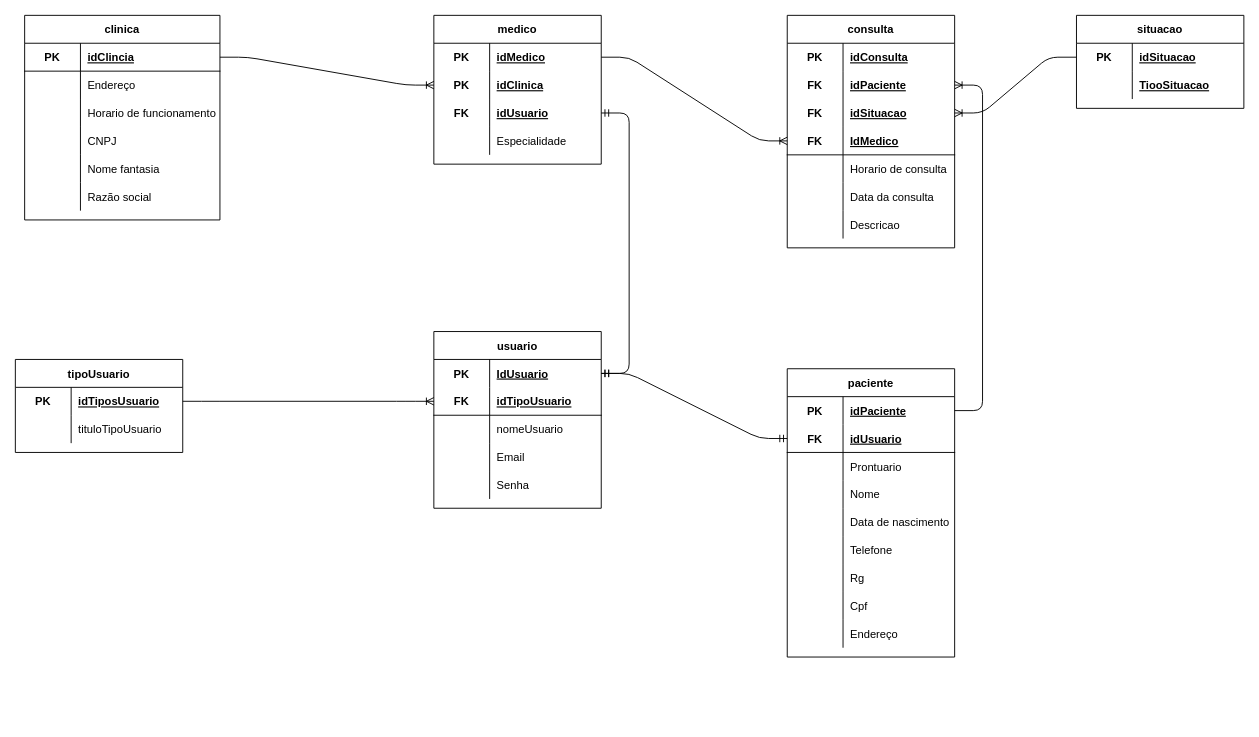
This is page "Page-2" (2 of 2) of conseitual e logico.drawio from derlisgeorges/Projeto-SP-MedGroup, a draw.io file, before an edit. Source tidied: cells renumbered, new cells numbered last; positions are measured from the earlier drawing's top-left corner, leaving out a move shared by most shapes. Both pictures are drawn from the tidied source at 93%, with x=0, y=0 at pixel (15, 15).
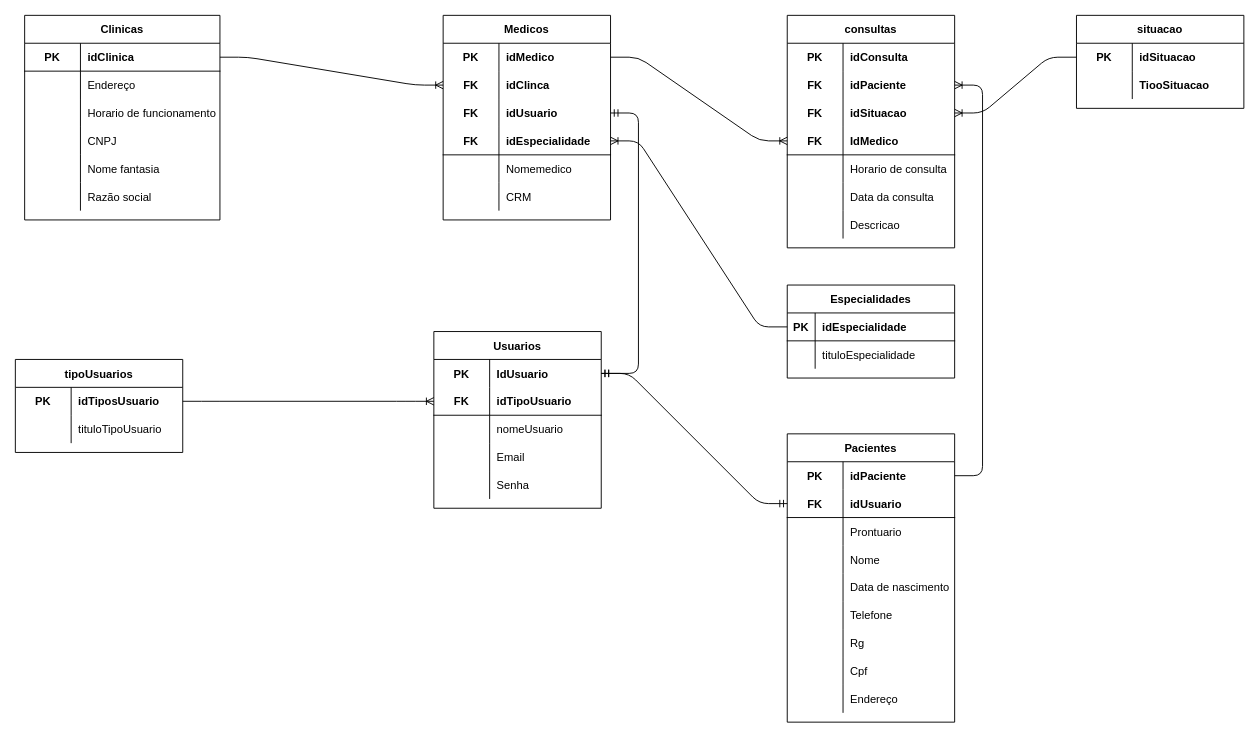
The same diagram, later.

The change refers to these unchanged cells:
```xml
<mxCell id="3" style="shape=partialRectangle;fillColor=none;top=0;left=0;bottom=1;right=0;" parent="2" vertex="1">
  <mxGeometry y="30" width="210" height="30" as="geometry" />
</mxCell>
<mxCell id="35" style="shape=partialRectangle;fillColor=none;top=0;left=0;bottom=0;right=0;" parent="34" vertex="1">
  <mxGeometry y="30" width="180" height="30" as="geometry" />
</mxCell>
<mxCell id="38" style="shape=partialRectangle;fillColor=none;top=0;left=0;bottom=0;right=0;points=[[0,0.5],[1,0.5]];portConstraint=eastwest;" parent="34" vertex="1">
  <mxGeometry y="60" width="180" height="30" as="geometry" />
</mxCell>
<mxCell id="41" style="shape=partialRectangle;fillColor=none;top=0;left=0;bottom=0;right=0;points=[[0,0.5],[1,0.5]];portConstraint=eastwest;" parent="34" vertex="1">
  <mxGeometry y="90" width="180" height="30" as="geometry" />
</mxCell>
<mxCell id="44" style="shape=partialRectangle;fillColor=none;top=0;left=0;bottom=1;right=0;points=[[0,0.5],[1,0.5]];portConstraint=eastwest;" parent="34" vertex="1">
  <mxGeometry y="120" width="180" height="30" as="geometry" />
</mxCell>
<mxCell id="57" style="shape=partialRectangle;fillColor=none;top=0;left=0;bottom=0;right=0;points=[[0,0.5],[1,0.5]];portConstraint=eastwest;" parent="56" vertex="1">
  <mxGeometry y="30" width="180" height="30" as="geometry" />
</mxCell>
<mxCell id="64" style="shape=partialRectangle;fillColor=none;top=0;left=0;bottom=0;right=0;points=[[0,0.5],[1,0.5]];portConstraint=eastwest;" parent="63" vertex="1">
  <mxGeometry y="30" width="180" height="30" as="geometry" />
</mxCell>
<mxCell id="67" style="shape=partialRectangle;fillColor=none;top=0;left=0;bottom=1;right=0;points=[[0,0.5],[1,0.5]];portConstraint=eastwest;" parent="63" vertex="1">
  <mxGeometry y="60" width="180" height="30" as="geometry" />
</mxCell>
<mxCell id="80" style="shape=partialRectangle;fillColor=none;top=0;left=0;bottom=0;right=0;points=[[0,0.5],[1,0.5]];portConstraint=eastwest;" parent="79" vertex="1">
  <mxGeometry y="30" width="180" height="30" as="geometry" />
</mxCell>
<mxCell id="83" style="shape=partialRectangle;fillColor=none;top=0;left=0;bottom=0;right=0;" parent="79" vertex="1">
  <mxGeometry y="60" width="180" height="30" as="geometry" />
</mxCell>
<mxCell id="91" style="shape=partialRectangle;fillColor=none;top=0;left=0;bottom=0;right=0;points=[[0,0.5],[1,0.5]];portConstraint=eastwest;" parent="90" vertex="1">
  <mxGeometry y="30" width="180" height="30" as="geometry" />
</mxCell>
<mxCell id="94" style="shape=partialRectangle;fillColor=none;top=0;left=0;bottom=1;right=0;points=[[0,0.5],[1,0.5]];portConstraint=eastwest;" parent="90" vertex="1">
  <mxGeometry y="60" width="180" height="30" as="geometry" />
</mxCell>
```

Change to the diagram source:
```diff
@@
-    <mxCell id="2" value="clinica" style="shape=table;startSize=30;childLayout=tableLayout;rowLines=0;fontStyle=1;align=center;" parent="1" vertex="1">
+    <mxCell id="2" value="Clinicas" style="shape=table;startSize=30;childLayout=tableLayout;rowLines=0;fontStyle=1;align=center;" parent="1" vertex="1">
       <mxGeometry x="10" width="210" height="220" as="geometry" />
     </mxCell>
@@
-    <mxCell id="5" value="idClincia" style="shape=partialRectangle;fillColor=none;top=0;left=0;bottom=0;right=0;align=left;spacingLeft=6;fontStyle=5;overflow=hidden;" parent="3" vertex="1">
+    <mxCell id="5" value="idClinica" style="shape=partialRectangle;fillColor=none;top=0;left=0;bottom=0;right=0;align=left;spacingLeft=6;fontStyle=1;overflow=hidden;" parent="3" vertex="1">
       <mxGeometry x="60" width="150" height="30" as="geometry" />
     </mxCell>
@@
-    <mxCell id="21" value="medico" style="shape=table;startSize=30;childLayout=tableLayout;rowLines=0;fontStyle=1;align=center;" parent="1" vertex="1">
-      <mxGeometry x="450" width="180" height="160" as="geometry" />
-    </mxCell>
-    <mxCell id="22" style="shape=partialRectangle;fillColor=none;top=0;left=0;bottom=0;right=0;points=[[0,0.5],[1,0.5]];portConstraint=eastwest;" parent="21" vertex="1">
-      <mxGeometry y="30" width="180" height="30" as="geometry" />
-    </mxCell>
-    <mxCell id="23" value="PK" style="shape=partialRectangle;fillColor=none;top=0;left=0;bottom=0;right=0;fontStyle=1;overflow=hidden;" parent="22" vertex="1">
-      <mxGeometry width="60" height="30" as="geometry" />
-    </mxCell>
-    <mxCell id="24" value="idMedico" style="shape=partialRectangle;fillColor=none;top=0;left=0;bottom=0;right=0;align=left;spacingLeft=6;fontStyle=5;overflow=hidden;" parent="22" vertex="1">
-      <mxGeometry x="60" width="120" height="30" as="geometry" />
-    </mxCell>
-    <mxCell id="25" style="shape=partialRectangle;fillColor=none;top=0;left=0;bottom=0;right=0;points=[[0,0.5],[1,0.5]];portConstraint=eastwest;" parent="21" vertex="1">
-      <mxGeometry y="60" width="180" height="30" as="geometry" />
-    </mxCell>
-    <mxCell id="26" value="PK" style="shape=partialRectangle;fillColor=none;top=0;left=0;bottom=0;right=0;fontStyle=1;overflow=hidden;" parent="25" vertex="1">
-      <mxGeometry width="60" height="30" as="geometry" />
-    </mxCell>
-    <mxCell id="27" value="idClinica" style="shape=partialRectangle;fillColor=none;top=0;left=0;bottom=0;right=0;align=left;spacingLeft=6;fontStyle=5;overflow=hidden;" parent="25" vertex="1">
-      <mxGeometry x="60" width="120" height="30" as="geometry" />
-    </mxCell>
-    <mxCell id="28" style="shape=partialRectangle;fillColor=none;top=0;left=0;bottom=0;right=0;points=[[0,0.5],[1,0.5]];portConstraint=eastwest;" parent="21" vertex="1">
-      <mxGeometry y="90" width="180" height="30" as="geometry" />
-    </mxCell>
-    <mxCell id="29" value="FK" style="shape=partialRectangle;fillColor=none;top=0;left=0;bottom=0;right=0;fontStyle=1;overflow=hidden;" parent="28" vertex="1">
-      <mxGeometry width="60" height="30" as="geometry" />
-    </mxCell>
-    <mxCell id="30" value="idUsuario" style="shape=partialRectangle;fillColor=none;top=0;left=0;bottom=0;right=0;align=left;spacingLeft=6;fontStyle=5;overflow=hidden;" parent="28" vertex="1">
-      <mxGeometry x="60" width="120" height="30" as="geometry" />
-    </mxCell>
-    <mxCell id="31" style="shape=partialRectangle;fillColor=none;top=0;left=0;bottom=0;right=0;" parent="21" vertex="1">
-      <mxGeometry y="120" width="180" height="30" as="geometry" />
-    </mxCell>
-    <mxCell id="32" style="shape=partialRectangle;fillColor=none;top=0;left=0;bottom=0;right=0;overflow=hidden;" parent="31" vertex="1">
-      <mxGeometry width="60" height="30" as="geometry" />
-    </mxCell>
-    <mxCell id="33" value="Especialidade " style="shape=partialRectangle;fillColor=none;top=0;left=0;bottom=0;right=0;align=left;spacingLeft=6;overflow=hidden;" parent="31" vertex="1">
-      <mxGeometry x="60" width="120" height="30" as="geometry" />
-    </mxCell>
-    <mxCell id="34" value="consulta" style="shape=table;startSize=30;childLayout=tableLayout;rowLines=0;fontStyle=1;align=center;" parent="1" vertex="1">
+    <mxCell id="34" value="consultas" style="shape=table;startSize=30;childLayout=tableLayout;rowLines=0;fontStyle=1;align=center;" parent="1" vertex="1">
       <mxGeometry x="830" width="180" height="250" as="geometry" />
     </mxCell>
@@
-    <mxCell id="37" value="idConsulta" style="shape=partialRectangle;fillColor=none;top=0;left=0;bottom=0;right=0;align=left;spacingLeft=6;fontStyle=5;overflow=hidden;" parent="35" vertex="1">
+    <mxCell id="37" value="idConsulta" style="shape=partialRectangle;fillColor=none;top=0;left=0;bottom=0;right=0;align=left;spacingLeft=6;fontStyle=1;overflow=hidden;" parent="35" vertex="1">
       <mxGeometry x="60" width="120" height="30" as="geometry" />
     </mxCell>
@@
-    <mxCell id="40" value="idPaciente" style="shape=partialRectangle;fillColor=none;top=0;left=0;bottom=0;right=0;align=left;spacingLeft=6;fontStyle=5;overflow=hidden;" parent="38" vertex="1">
+    <mxCell id="40" value="idPaciente" style="shape=partialRectangle;fillColor=none;top=0;left=0;bottom=0;right=0;align=left;spacingLeft=6;fontStyle=1;overflow=hidden;" parent="38" vertex="1">
       <mxGeometry x="60" width="120" height="30" as="geometry" />
     </mxCell>
@@
-    <mxCell id="43" value="idSituacao" style="shape=partialRectangle;fillColor=none;top=0;left=0;bottom=0;right=0;align=left;spacingLeft=6;fontStyle=5;overflow=hidden;" parent="41" vertex="1">
+    <mxCell id="43" value="idSituacao" style="shape=partialRectangle;fillColor=none;top=0;left=0;bottom=0;right=0;align=left;spacingLeft=6;fontStyle=1;overflow=hidden;" parent="41" vertex="1">
       <mxGeometry x="60" width="120" height="30" as="geometry" />
     </mxCell>
@@
-    <mxCell id="46" value="IdMedico" style="shape=partialRectangle;fillColor=none;top=0;left=0;bottom=0;right=0;align=left;spacingLeft=6;fontStyle=5;overflow=hidden;" parent="44" vertex="1">
+    <mxCell id="46" value="IdMedico" style="shape=partialRectangle;fillColor=none;top=0;left=0;bottom=0;right=0;align=left;spacingLeft=6;fontStyle=1;overflow=hidden;" parent="44" vertex="1">
       <mxGeometry x="60" width="120" height="30" as="geometry" />
     </mxCell>
@@
-    <mxCell id="56" value="tipoUsuario" style="shape=table;startSize=30;childLayout=tableLayout;rowLines=0;fontStyle=1;align=center;" parent="1" vertex="1">
+    <mxCell id="56" value="tipoUsuarios" style="shape=table;startSize=30;childLayout=tableLayout;rowLines=0;fontStyle=1;align=center;" parent="1" vertex="1">
       <mxGeometry y="370" width="180" height="100" as="geometry" />
     </mxCell>
@@
-    <mxCell id="59" value="idTiposUsuario" style="shape=partialRectangle;fillColor=none;top=0;left=0;bottom=0;right=0;align=left;spacingLeft=6;fontStyle=5;overflow=hidden;" parent="57" vertex="1">
+    <mxCell id="59" value="idTiposUsuario" style="shape=partialRectangle;fillColor=none;top=0;left=0;bottom=0;right=0;align=left;spacingLeft=6;fontStyle=1;overflow=hidden;" parent="57" vertex="1">
       <mxGeometry x="60" width="120" height="30" as="geometry" />
     </mxCell>
@@
-    <mxCell id="63" value="usuario" style="shape=table;startSize=30;childLayout=tableLayout;rowLines=0;fontStyle=1;align=center;" parent="1" vertex="1">
+    <mxCell id="63" value="Usuarios" style="shape=table;startSize=30;childLayout=tableLayout;rowLines=0;fontStyle=1;align=center;" parent="1" vertex="1">
       <mxGeometry x="450" y="340" width="180" height="190" as="geometry" />
     </mxCell>
@@
-    <mxCell id="66" value="IdUsuario" style="shape=partialRectangle;fillColor=none;top=0;left=0;bottom=0;right=0;align=left;spacingLeft=6;fontStyle=5;overflow=hidden;" parent="64" vertex="1">
+    <mxCell id="66" value="IdUsuario" style="shape=partialRectangle;fillColor=none;top=0;left=0;bottom=0;right=0;align=left;spacingLeft=6;fontStyle=1;overflow=hidden;" parent="64" vertex="1">
       <mxGeometry x="60" width="120" height="30" as="geometry" />
     </mxCell>
@@
-    <mxCell id="69" value="idTipoUsuario" style="shape=partialRectangle;fillColor=none;top=0;left=0;bottom=0;right=0;align=left;spacingLeft=6;fontStyle=5;overflow=hidden;" parent="67" vertex="1">
+    <mxCell id="69" value="idTipoUsuario" style="shape=partialRectangle;fillColor=none;top=0;left=0;bottom=0;right=0;align=left;spacingLeft=6;fontStyle=1;overflow=hidden;" parent="67" vertex="1">
       <mxGeometry x="60" width="120" height="30" as="geometry" />
     </mxCell>
@@
-    <mxCell id="82" value="idSituacao" style="shape=partialRectangle;fillColor=none;top=0;left=0;bottom=0;right=0;align=left;spacingLeft=6;fontStyle=5;overflow=hidden;" parent="80" vertex="1">
+    <mxCell id="82" value="idSituacao" style="shape=partialRectangle;fillColor=none;top=0;left=0;bottom=0;right=0;align=left;spacingLeft=6;fontStyle=1;overflow=hidden;" parent="80" vertex="1">
       <mxGeometry x="60" width="120" height="30" as="geometry" />
     </mxCell>
@@
-    <mxCell id="85" value="TiooSituacao" style="shape=partialRectangle;fillColor=none;top=0;left=0;bottom=0;right=0;align=left;spacingLeft=6;fontStyle=5;overflow=hidden;" parent="83" vertex="1">
+    <mxCell id="85" value="TiooSituacao" style="shape=partialRectangle;fillColor=none;top=0;left=0;bottom=0;right=0;align=left;spacingLeft=6;fontStyle=1;overflow=hidden;" parent="83" vertex="1">
       <mxGeometry x="60" width="120" height="30" as="geometry" />
     </mxCell>
@@
-    <mxCell id="90" value="paciente" style="shape=table;startSize=30;childLayout=tableLayout;rowLines=0;fontStyle=1;align=center;" parent="1" vertex="1">
-      <mxGeometry x="830" y="380" width="180" height="310" as="geometry" />
+    <mxCell id="90" value="Pacientes" style="shape=table;startSize=30;childLayout=tableLayout;rowLines=0;fontStyle=1;align=center;" parent="1" vertex="1">
+      <mxGeometry x="830" y="450" width="180" height="310" as="geometry" />
     </mxCell>
@@
-    <mxCell id="93" value="idPaciente" style="shape=partialRectangle;fillColor=none;top=0;left=0;bottom=0;right=0;align=left;spacingLeft=6;fontStyle=5;overflow=hidden;" parent="91" vertex="1">
+    <mxCell id="93" value="idPaciente" style="shape=partialRectangle;fillColor=none;top=0;left=0;bottom=0;right=0;align=left;spacingLeft=6;fontStyle=1;overflow=hidden;" parent="91" vertex="1">
       <mxGeometry x="60" width="120" height="30" as="geometry" />
     </mxCell>
@@
-    <mxCell id="96" value="idUsuario" style="shape=partialRectangle;fillColor=none;top=0;left=0;bottom=0;right=0;align=left;spacingLeft=6;fontStyle=5;overflow=hidden;" parent="94" vertex="1">
+    <mxCell id="96" value="idUsuario" style="shape=partialRectangle;fillColor=none;top=0;left=0;bottom=0;right=0;align=left;spacingLeft=6;fontStyle=1;overflow=hidden;" parent="94" vertex="1">
       <mxGeometry x="60" width="120" height="30" as="geometry" />
     </mxCell>
@@
-    <mxCell id="118" style="edgeStyle=entityRelationEdgeStyle;fontSize=12;html=1;endArrow=ERoneToMany;" parent="1" edge="1" target="25">
+    <mxCell id="118" style="edgeStyle=entityRelationEdgeStyle;fontSize=12;html=1;endArrow=ERoneToMany;" parent="1" edge="1" target="131">
       <mxGeometry relative="1" as="geometry">
         <mxPoint x="220" y="45" as="sourcePoint" />
       </mxGeometry>
     </mxCell>
@@
+    <mxCell id="121" value="Especialidades" style="shape=table;startSize=30;childLayout=tableLayout;rowLines=0;fontStyle=1;align=center;" parent="1" vertex="1">
+      <mxGeometry x="830" y="290" width="180" height="100" as="geometry" />
+    </mxCell>
+    <mxCell id="122" style="shape=partialRectangle;fillColor=none;top=0;left=0;bottom=1;right=0;points=[[0,0.5],[1,0.5]];portConstraint=eastwest;" parent="121" vertex="1">
+      <mxGeometry y="30" width="180" height="30" as="geometry" />
+    </mxCell>
+    <mxCell id="123" value="PK" style="shape=partialRectangle;fillColor=none;top=0;left=0;bottom=0;right=0;fontStyle=1;overflow=hidden;" parent="122" vertex="1">
+      <mxGeometry width="30" height="30" as="geometry" />
+    </mxCell>
+    <mxCell id="124" value="idEspecialidade" style="shape=partialRectangle;fillColor=none;top=0;left=0;bottom=0;right=0;align=left;spacingLeft=6;fontStyle=1;overflow=hidden;" parent="122" vertex="1">
+      <mxGeometry x="30" width="150" height="30" as="geometry" />
+    </mxCell>
+    <mxCell id="125" style="shape=partialRectangle;fillColor=none;top=0;left=0;bottom=0;right=0;" parent="121" vertex="1">
+      <mxGeometry y="60" width="180" height="30" as="geometry" />
+    </mxCell>
+    <mxCell id="126" style="shape=partialRectangle;fillColor=none;top=0;left=0;bottom=0;right=0;overflow=hidden;" parent="125" vertex="1">
+      <mxGeometry width="30" height="30" as="geometry" />
+    </mxCell>
+    <mxCell id="127" value="tituloEspecialidade" style="shape=partialRectangle;fillColor=none;top=0;left=0;bottom=0;right=0;align=left;spacingLeft=6;overflow=hidden;" parent="125" vertex="1">
+      <mxGeometry x="30" width="150" height="30" as="geometry" />
+    </mxCell>
+    <mxCell id="128" style="edgeStyle=entityRelationEdgeStyle;fontSize=12;html=1;endArrow=ERoneToMany;" parent="1" edge="1" source="122" target="135">
+      <mxGeometry relative="1" as="geometry" />
+    </mxCell>
+    <mxCell id="129" value="Medicos" style="shape=table;startSize=30;childLayout=tableLayout;rowLines=0;fontStyle=1;align=center;" parent="1" vertex="1">
+      <mxGeometry x="460" width="180" height="220" as="geometry" />
+    </mxCell>
+    <mxCell id="22" style="shape=partialRectangle;fillColor=none;top=0;left=0;bottom=0;right=0;points=[[0,0.5],[1,0.5]];portConstraint=eastwest;" parent="129" vertex="1">
+      <mxGeometry y="30" width="180" height="30" as="geometry" />
+    </mxCell>
+    <mxCell id="130" value="PK" style="shape=partialRectangle;fillColor=none;top=0;left=0;bottom=0;right=0;fontStyle=1;overflow=hidden;" parent="22" vertex="1">
+      <mxGeometry width="60" height="30" as="geometry" />
+    </mxCell>
+    <mxCell id="24" value="idMedico" style="shape=partialRectangle;fillColor=none;top=0;left=0;bottom=0;right=0;align=left;spacingLeft=6;fontStyle=1;overflow=hidden;" parent="22" vertex="1">
+      <mxGeometry x="60" width="120" height="30" as="geometry" />
+    </mxCell>
+    <mxCell id="131" style="shape=partialRectangle;fillColor=none;top=0;left=0;bottom=0;right=0;points=[[0,0.5],[1,0.5]];portConstraint=eastwest;" parent="129" vertex="1">
+      <mxGeometry y="60" width="180" height="30" as="geometry" />
+    </mxCell>
+    <mxCell id="132" value="FK" style="shape=partialRectangle;fillColor=none;top=0;left=0;bottom=0;right=0;fontStyle=1;overflow=hidden;" parent="131" vertex="1">
+      <mxGeometry width="60" height="30" as="geometry" />
+    </mxCell>
+    <mxCell id="133" value="idClinca" style="shape=partialRectangle;fillColor=none;top=0;left=0;bottom=0;right=0;align=left;spacingLeft=6;fontStyle=1;overflow=hidden;" parent="131" vertex="1">
+      <mxGeometry x="60" width="120" height="30" as="geometry" />
+    </mxCell>
+    <mxCell id="28" style="shape=partialRectangle;fillColor=none;top=0;left=0;bottom=0;right=0;points=[[0,0.5],[1,0.5]];portConstraint=eastwest;" parent="129" vertex="1">
+      <mxGeometry y="90" width="180" height="30" as="geometry" />
+    </mxCell>
+    <mxCell id="134" value="FK" style="shape=partialRectangle;fillColor=none;top=0;left=0;bottom=0;right=0;fontStyle=1;overflow=hidden;" parent="28" vertex="1">
+      <mxGeometry width="60" height="30" as="geometry" />
+    </mxCell>
+    <mxCell id="30" value="idUsuario" style="shape=partialRectangle;fillColor=none;top=0;left=0;bottom=0;right=0;align=left;spacingLeft=6;fontStyle=1;overflow=hidden;" parent="28" vertex="1">
+      <mxGeometry x="60" width="120" height="30" as="geometry" />
+    </mxCell>
+    <mxCell id="135" style="shape=partialRectangle;fillColor=none;top=0;left=0;bottom=1;right=0;points=[[0,0.5],[1,0.5]];portConstraint=eastwest;" parent="129" vertex="1">
+      <mxGeometry y="120" width="180" height="30" as="geometry" />
+    </mxCell>
+    <mxCell id="136" value="FK" style="shape=partialRectangle;fillColor=none;top=0;left=0;bottom=0;right=0;fontStyle=1;overflow=hidden;" parent="135" vertex="1">
+      <mxGeometry width="60" height="30" as="geometry" />
+    </mxCell>
+    <mxCell id="137" value="idEspecialidade" style="shape=partialRectangle;fillColor=none;top=0;left=0;bottom=0;right=0;align=left;spacingLeft=6;fontStyle=1;overflow=hidden;" parent="135" vertex="1">
+      <mxGeometry x="60" width="120" height="30" as="geometry" />
+    </mxCell>
+    <mxCell id="138" style="shape=partialRectangle;fillColor=none;top=0;left=0;bottom=0;right=0;" parent="129" vertex="1">
+      <mxGeometry y="150" width="180" height="30" as="geometry" />
+    </mxCell>
+    <mxCell id="139" style="shape=partialRectangle;fillColor=none;top=0;left=0;bottom=0;right=0;overflow=hidden;" parent="138" vertex="1">
+      <mxGeometry width="60" height="30" as="geometry" />
+    </mxCell>
+    <mxCell id="140" value="Nomemedico" style="shape=partialRectangle;fillColor=none;top=0;left=0;bottom=0;right=0;align=left;spacingLeft=6;overflow=hidden;" parent="138" vertex="1">
+      <mxGeometry x="60" width="120" height="30" as="geometry" />
+    </mxCell>
+    <mxCell id="141" style="shape=partialRectangle;fillColor=none;top=0;left=0;bottom=0;right=0;" parent="129" vertex="1">
+      <mxGeometry y="180" width="180" height="30" as="geometry" />
+    </mxCell>
+    <mxCell id="142" style="shape=partialRectangle;fillColor=none;top=0;left=0;bottom=0;right=0;overflow=hidden;" parent="141" vertex="1">
+      <mxGeometry width="60" height="30" as="geometry" />
+    </mxCell>
+    <mxCell id="143" value="CRM" style="shape=partialRectangle;fillColor=none;top=0;left=0;bottom=0;right=0;align=left;spacingLeft=6;overflow=hidden;" parent="141" vertex="1">
+      <mxGeometry x="60" width="120" height="30" as="geometry" />
+    </mxCell>
```
